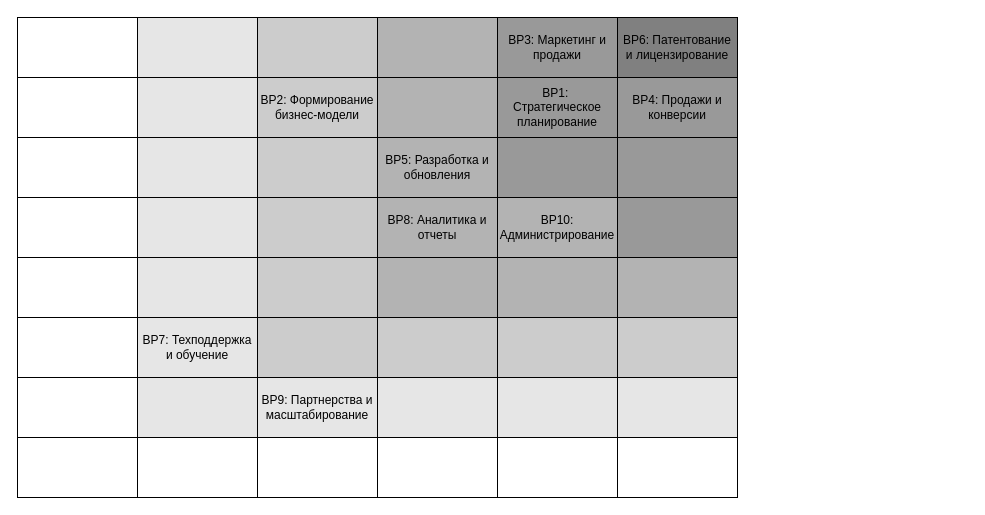
The draw.io diagram Матрица ранжирования бизнес-процессов..drawio in Slavik993/Diplom_Shebanov_2026, before the edit. Source tidied: cells renumbered, new cells numbered last; positions are measured from the earlier drawing's top-left corner, leaving out a move shared by most shapes. Both pictures are drawn from the tidied source at 100%, with x=0, y=0 at pixel (17, 17).
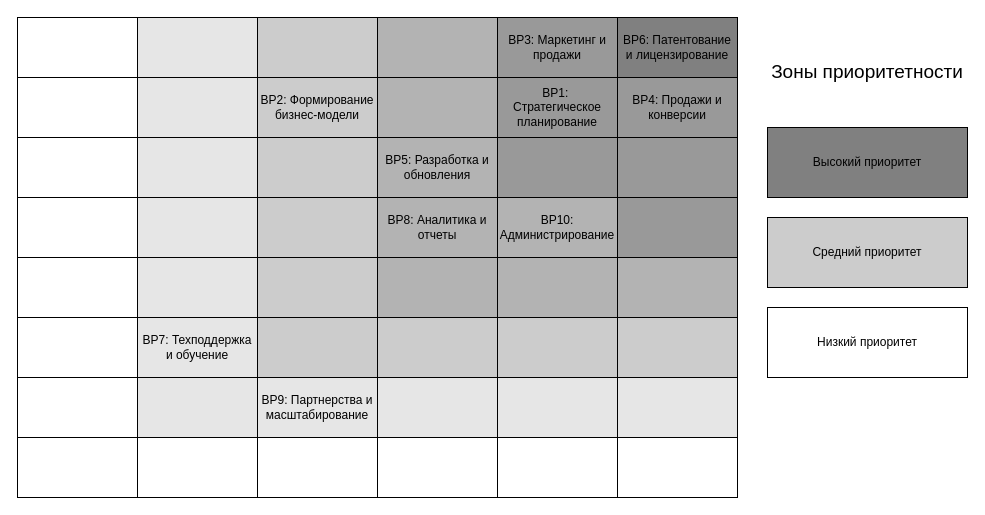
After the change.

Commit message (it also covers changes not shown here):
Обновление диаграмм, начало написания первой главы диплома

Change to the diagram source:
```diff
@@
+    <mxCell id="50" value="&lt;font style=&quot;font-size: 19px;&quot;&gt;Зоны приоритетности&lt;/font&gt;" style="text;html=1;align=center;verticalAlign=middle;whiteSpace=wrap;rounded=0;" parent="1" vertex="1">
+      <mxGeometry x="750" y="10" width="200" height="90" as="geometry" />
+    </mxCell>
+    <mxCell id="51" value="Высокий приоритет" style="rounded=0;whiteSpace=wrap;html=1;fillColor=#808080;" parent="1" vertex="1">
+      <mxGeometry x="750" y="110" width="200" height="70" as="geometry" />
+    </mxCell>
+    <mxCell id="52" value="Средний приоритет" style="rounded=0;whiteSpace=wrap;html=1;fillColor=#CCCCCC;" parent="1" vertex="1">
+      <mxGeometry x="750" y="200" width="200" height="70" as="geometry" />
+    </mxCell>
+    <mxCell id="53" value="Низкий приоритет" style="rounded=0;whiteSpace=wrap;html=1;" parent="1" vertex="1">
+      <mxGeometry x="750" y="290" width="200" height="70" as="geometry" />
+    </mxCell>
```
